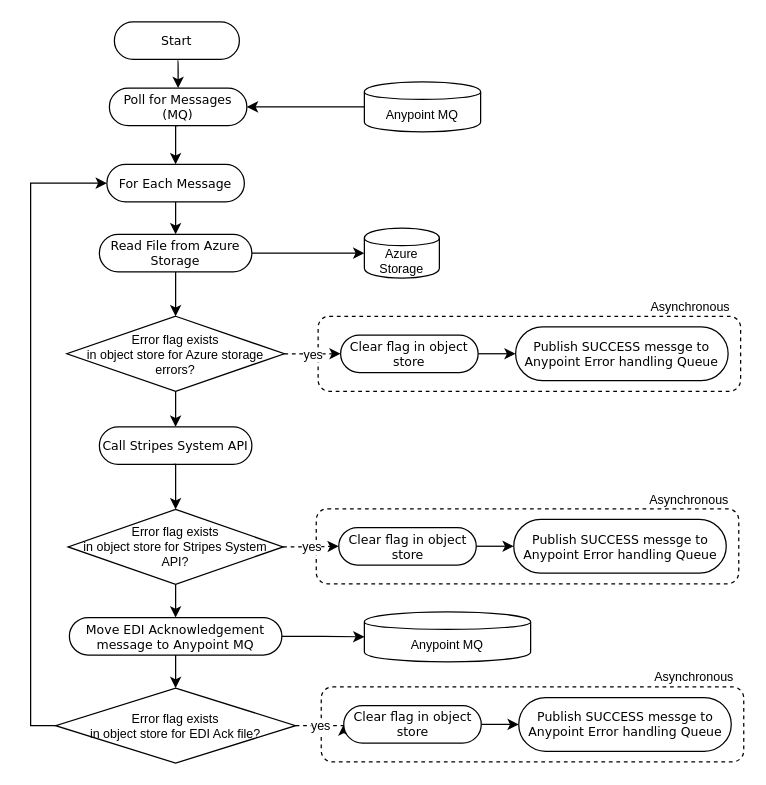
Before: page "EDI Ack Process Flow" (19 of 20) of Copy of eInvoicing API Led.drawio in ahernandez1129/anypoint, a draw.io diagram. Source tidied: cells renumbered, new cells numbered last; positions are measured from the earlier drawing's top-left corner, leaving out a move shared by most shapes. Both pictures are drawn from the tidied source at 125%, with x=0, y=0 at pixel (55, 21).
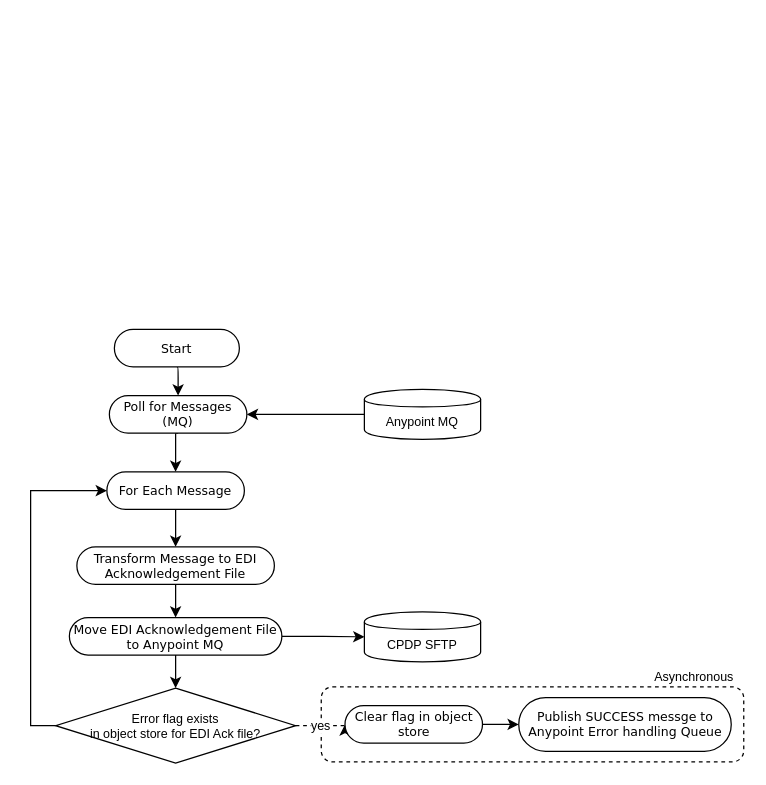
Above is the later version.

What changed in the source:
```diff
@@
-    <mxCell id="2" style="rounded=1;whiteSpace=wrap;html=1;fontSize=10;dashed=1;" parent="1" vertex="1">
-      <mxGeometry x="210" y="235.5" width="338" height="60" as="geometry" />
-    </mxCell>
@@
     <mxCell id="4" value="&lt;span style=&quot;font-size: 10px;&quot;&gt;Start&lt;/span&gt;" style="rounded=1;whiteSpace=wrap;html=1;shadow=0;comic=0;labelBackgroundColor=none;strokeColor=#000000;strokeWidth=1;fillColor=#ffffff;fontFamily=Verdana;fontSize=10;fontColor=#000000;align=center;arcSize=50;" parent="1" vertex="1">
-      <mxGeometry x="47" width="100" height="30" as="geometry" />
+      <mxGeometry x="47" y="246" width="100" height="30" as="geometry" />
     </mxCell>
@@
     <mxCell id="6" value="&lt;span style=&quot;font-size: 10px&quot;&gt;Poll for Messages&lt;br style=&quot;font-size: 10px&quot;&gt;(MQ)&lt;br style=&quot;font-size: 10px&quot;&gt;&lt;/span&gt;" style="rounded=1;whiteSpace=wrap;html=1;shadow=0;comic=0;labelBackgroundColor=none;strokeColor=#000000;strokeWidth=1;fillColor=#ffffff;fontFamily=Verdana;fontSize=10;fontColor=#000000;align=center;arcSize=50;" parent="1" vertex="1">
-      <mxGeometry x="43" y="53" width="110" height="30" as="geometry" />
+      <mxGeometry x="43" y="299" width="110" height="30" as="geometry" />
     </mxCell>
@@
     <mxCell id="8" value="Anypoint MQ" style="shape=cylinder;whiteSpace=wrap;html=1;boundedLbl=1;backgroundOutline=1;fontSize=10;" parent="1" vertex="1">
-      <mxGeometry x="247" y="48" width="93" height="40" as="geometry" />
+      <mxGeometry x="247" y="294" width="93" height="40" as="geometry" />
     </mxCell>
-    <mxCell id="9" style="edgeStyle=orthogonalEdgeStyle;rounded=0;jettySize=auto;html=1;exitX=0.5;exitY=1;exitDx=0;exitDy=0;entryX=0.5;entryY=0;entryDx=0;entryDy=0;fontSize=10;" parent="1" edge="1" source="10" target="13">
-      <mxGeometry relative="1" as="geometry" />
-    </mxCell>
+    <mxCell id="44" style="edgeStyle=orthogonalEdgeStyle;rounded=0;jettySize=auto;html=1;exitX=0.5;exitY=1;exitDx=0;exitDy=0;entryX=0.5;entryY=0;entryDx=0;entryDy=0;" parent="1" edge="1" source="10" target="46">
+      <mxGeometry relative="1" as="geometry" />
+    </mxCell>
     <mxCell id="10" value="&lt;span style=&quot;font-size: 10px&quot;&gt;For Each Message&lt;br style=&quot;font-size: 10px&quot;&gt;&lt;/span&gt;" style="rounded=1;whiteSpace=wrap;html=1;shadow=0;comic=0;labelBackgroundColor=none;strokeColor=#000000;strokeWidth=1;fillColor=#ffffff;fontFamily=Verdana;fontSize=10;fontColor=#000000;align=center;arcSize=50;" parent="1" vertex="1">
-      <mxGeometry x="41" y="114" width="110" height="30" as="geometry" />
+      <mxGeometry x="41" y="360" width="110" height="30" as="geometry" />
     </mxCell>
-    <mxCell id="11" style="edgeStyle=orthogonalEdgeStyle;rounded=0;jettySize=auto;html=1;exitX=1;exitY=0.5;exitDx=0;exitDy=0;entryX=0;entryY=0.5;entryDx=0;entryDy=0;fontSize=10;" parent="1" edge="1" source="13" target="14">
-      <mxGeometry relative="1" as="geometry" />
-    </mxCell>
-    <mxCell id="12" style="edgeStyle=orthogonalEdgeStyle;rounded=0;jettySize=auto;html=1;exitX=0.5;exitY=1;exitDx=0;exitDy=0;entryX=0.5;entryY=0;entryDx=0;entryDy=0;fontSize=10;" parent="1" edge="1" source="13" target="17">
-      <mxGeometry relative="1" as="geometry" />
-    </mxCell>
-    <mxCell id="13" value="&lt;span style=&quot;font-size: 10px&quot;&gt;Read File from Azure Storage&lt;br style=&quot;font-size: 10px&quot;&gt;&lt;/span&gt;" style="rounded=1;whiteSpace=wrap;html=1;shadow=0;comic=0;labelBackgroundColor=none;strokeColor=#000000;strokeWidth=1;fillColor=#ffffff;fontFamily=Verdana;fontSize=10;fontColor=#000000;align=center;arcSize=50;" parent="1" vertex="1">
-      <mxGeometry x="35" y="170" width="122" height="30" as="geometry" />
-    </mxCell>
-    <mxCell id="14" value="Azure Storage" style="shape=cylinder;whiteSpace=wrap;html=1;boundedLbl=1;backgroundOutline=1;fontSize=10;" parent="1" vertex="1">
-      <mxGeometry x="247" y="165" width="60" height="40" as="geometry" />
-    </mxCell>
-    <mxCell id="15" value="yes" style="edgeStyle=orthogonalEdgeStyle;rounded=0;jettySize=auto;html=1;exitX=1;exitY=0.5;exitDx=0;exitDy=0;entryX=0;entryY=0.5;entryDx=0;entryDy=0;fontSize=10;dashed=1;" parent="1" edge="1" source="17" target="19">
-      <mxGeometry relative="1" as="geometry" />
-    </mxCell>
-    <mxCell id="16" style="edgeStyle=orthogonalEdgeStyle;rounded=0;jettySize=auto;html=1;exitX=0.5;exitY=1;exitDx=0;exitDy=0;fontSize=10;" parent="1" edge="1" source="17" target="22">
-      <mxGeometry relative="1" as="geometry" />
-    </mxCell>
-    <mxCell id="17" value="&lt;font style=&quot;font-size: 10px&quot;&gt;Error flag exists&lt;br style=&quot;font-size: 10px&quot;&gt;in object store for Azure storage errors?&lt;/font&gt;" style="rhombus;whiteSpace=wrap;html=1;fontSize=10;" parent="1" vertex="1">
-      <mxGeometry x="9" y="235.5" width="174" height="60" as="geometry" />
-    </mxCell>
-    <mxCell id="18" style="edgeStyle=orthogonalEdgeStyle;rounded=0;jettySize=auto;html=1;exitX=1;exitY=0.5;exitDx=0;exitDy=0;entryX=0;entryY=0.5;entryDx=0;entryDy=0;fontSize=10;" parent="1" edge="1" source="19" target="20">
-      <mxGeometry relative="1" as="geometry" />
-    </mxCell>
-    <mxCell id="19" value="&lt;span style=&quot;font-size: 10px&quot;&gt;Clear flag in object store&lt;br style=&quot;font-size: 10px&quot;&gt;&lt;/span&gt;" style="rounded=1;whiteSpace=wrap;html=1;shadow=0;comic=0;labelBackgroundColor=none;strokeColor=#000000;strokeWidth=1;fillColor=#ffffff;fontFamily=Verdana;fontSize=10;fontColor=#000000;align=center;arcSize=50;" parent="1" vertex="1">
-      <mxGeometry x="228" y="250.5" width="110" height="30" as="geometry" />
-    </mxCell>
-    <mxCell id="20" value="&lt;span style=&quot;font-size: 10px&quot;&gt;Publish SUCCESS messge to Anypoint Error handling Queue&lt;br style=&quot;font-size: 10px&quot;&gt;&lt;/span&gt;" style="rounded=1;whiteSpace=wrap;html=1;shadow=0;comic=0;labelBackgroundColor=none;strokeColor=#000000;strokeWidth=1;fillColor=#ffffff;fontFamily=Verdana;fontSize=10;fontColor=#000000;align=center;arcSize=50;" parent="1" vertex="1">
-      <mxGeometry x="368" y="244" width="170" height="43" as="geometry" />
-    </mxCell>
-    <mxCell id="21" value="Asynchronous" style="text;html=1;strokeColor=none;fillColor=none;align=center;verticalAlign=middle;whiteSpace=wrap;rounded=0;dashed=1;fontSize=10;" parent="1" vertex="1">
-      <mxGeometry x="488" y="217.5" width="40" height="20" as="geometry" />
-    </mxCell>
-    <mxCell id="22" value="&lt;span style=&quot;font-size: 10px&quot;&gt;Call Stripes System API&lt;br style=&quot;font-size: 10px&quot;&gt;&lt;/span&gt;" style="rounded=1;whiteSpace=wrap;html=1;shadow=0;comic=0;labelBackgroundColor=none;strokeColor=#000000;strokeWidth=1;fillColor=#ffffff;fontFamily=Verdana;fontSize=10;fontColor=#000000;align=center;arcSize=50;" parent="1" vertex="1">
-      <mxGeometry x="35" y="324" width="122" height="30" as="geometry" />
-    </mxCell>
-    <mxCell id="23" style="rounded=1;whiteSpace=wrap;html=1;fontSize=10;dashed=1;" parent="1" vertex="1">
-      <mxGeometry x="208.5" y="389.5" width="338" height="60" as="geometry" />
-    </mxCell>
-    <mxCell id="24" style="edgeStyle=orthogonalEdgeStyle;rounded=0;jettySize=auto;html=1;exitX=0.5;exitY=1;exitDx=0;exitDy=0;entryX=0.5;entryY=0;entryDx=0;entryDy=0;fontSize=10;" parent="1" edge="1" target="27">
-      <mxGeometry relative="1" as="geometry">
-        <mxPoint x="94.5" y="354" as="sourcePoint" />
-      </mxGeometry>
-    </mxCell>
-    <mxCell id="25" value="yes" style="edgeStyle=orthogonalEdgeStyle;rounded=0;jettySize=auto;html=1;exitX=1;exitY=0.5;exitDx=0;exitDy=0;entryX=0;entryY=0.5;entryDx=0;entryDy=0;fontSize=10;dashed=1;" parent="1" edge="1" source="27" target="29">
-      <mxGeometry relative="1" as="geometry" />
-    </mxCell>
-    <mxCell id="26" style="edgeStyle=orthogonalEdgeStyle;rounded=0;jettySize=auto;html=1;exitX=0.5;exitY=1;exitDx=0;exitDy=0;fontSize=10;" parent="1" edge="1" source="27" target="34">
-      <mxGeometry relative="1" as="geometry" />
-    </mxCell>
-    <mxCell id="27" value="&lt;font style=&quot;font-size: 10px&quot;&gt;Error flag exists&lt;br style=&quot;font-size: 10px&quot;&gt;in object store for Stripes System API?&lt;/font&gt;" style="rhombus;whiteSpace=wrap;html=1;fontSize=10;" parent="1" vertex="1">
-      <mxGeometry x="10" y="390" width="172" height="60" as="geometry" />
-    </mxCell>
-    <mxCell id="28" style="edgeStyle=orthogonalEdgeStyle;rounded=0;jettySize=auto;html=1;exitX=1;exitY=0.5;exitDx=0;exitDy=0;entryX=0;entryY=0.5;entryDx=0;entryDy=0;fontSize=10;" parent="1" edge="1" source="29" target="30">
-      <mxGeometry relative="1" as="geometry" />
-    </mxCell>
-    <mxCell id="29" value="&lt;span style=&quot;font-size: 10px&quot;&gt;Clear flag in object store&lt;br style=&quot;font-size: 10px&quot;&gt;&lt;/span&gt;" style="rounded=1;whiteSpace=wrap;html=1;shadow=0;comic=0;labelBackgroundColor=none;strokeColor=#000000;strokeWidth=1;fillColor=#ffffff;fontFamily=Verdana;fontSize=10;fontColor=#000000;align=center;arcSize=50;" parent="1" vertex="1">
-      <mxGeometry x="226.5" y="404.5" width="110" height="30" as="geometry" />
-    </mxCell>
-    <mxCell id="30" value="&lt;span style=&quot;font-size: 10px&quot;&gt;Publish SUCCESS messge to Anypoint Error handling Queue&lt;br style=&quot;font-size: 10px&quot;&gt;&lt;/span&gt;" style="rounded=1;whiteSpace=wrap;html=1;shadow=0;comic=0;labelBackgroundColor=none;strokeColor=#000000;strokeWidth=1;fillColor=#ffffff;fontFamily=Verdana;fontSize=10;fontColor=#000000;align=center;arcSize=50;" parent="1" vertex="1">
-      <mxGeometry x="366.5" y="398" width="170" height="43" as="geometry" />
-    </mxCell>
-    <mxCell id="31" value="Asynchronous" style="text;html=1;strokeColor=none;fillColor=none;align=center;verticalAlign=middle;whiteSpace=wrap;rounded=0;dashed=1;fontSize=10;" parent="1" vertex="1">
-      <mxGeometry x="486.5" y="371.5" width="40" height="20" as="geometry" />
-    </mxCell>
@@
-    <mxCell id="34" value="&lt;span style=&quot;font-size: 10px&quot;&gt;Move EDI Acknowledgement message to Anypoint MQ&lt;br style=&quot;font-size: 10px&quot;&gt;&lt;/span&gt;" style="rounded=1;whiteSpace=wrap;html=1;shadow=0;comic=0;labelBackgroundColor=none;strokeColor=#000000;strokeWidth=1;fillColor=#ffffff;fontFamily=Verdana;fontSize=10;fontColor=#000000;align=center;arcSize=50;" parent="1" vertex="1">
+    <mxCell id="34" value="&lt;span style=&quot;font-size: 10px&quot;&gt;Move EDI Acknowledgement File to Anypoint MQ&lt;br style=&quot;font-size: 10px&quot;&gt;&lt;/span&gt;" style="rounded=1;whiteSpace=wrap;html=1;shadow=0;comic=0;labelBackgroundColor=none;strokeColor=#000000;strokeWidth=1;fillColor=#ffffff;fontFamily=Verdana;fontSize=10;fontColor=#000000;align=center;arcSize=50;" parent="1" vertex="1">
       <mxGeometry x="11" y="476.5" width="170" height="30" as="geometry" />
     </mxCell>
@@
     <mxCell id="40" value="&lt;span style=&quot;font-size: 10px&quot;&gt;Clear flag in object store&lt;br style=&quot;font-size: 10px&quot;&gt;&lt;/span&gt;" style="rounded=1;whiteSpace=wrap;html=1;shadow=0;comic=0;labelBackgroundColor=none;strokeColor=#000000;strokeWidth=1;fillColor=#ffffff;fontFamily=Verdana;fontSize=10;fontColor=#000000;align=center;arcSize=50;" parent="1" vertex="1">
-      <mxGeometry x="230.5" y="547" width="110" height="30" as="geometry" />
+      <mxGeometry x="231.5" y="547" width="110" height="30" as="geometry" />
     </mxCell>
@@
-    <mxCell id="43" value="Anypoint MQ" style="shape=cylinder;whiteSpace=wrap;html=1;boundedLbl=1;backgroundOutline=1;fontSize=10;" parent="1" vertex="1">
-      <mxGeometry x="247" y="472" width="133" height="40" as="geometry" />
+    <mxCell id="43" value="CPDP SFTP" style="shape=cylinder;whiteSpace=wrap;html=1;boundedLbl=1;backgroundOutline=1;fontSize=10;" parent="1" vertex="1">
+      <mxGeometry x="247" y="472" width="93" height="40" as="geometry" />
     </mxCell>
+    <mxCell id="45" style="edgeStyle=orthogonalEdgeStyle;rounded=0;jettySize=auto;html=1;exitX=0.5;exitY=1;exitDx=0;exitDy=0;entryX=0.5;entryY=0;entryDx=0;entryDy=0;" parent="1" edge="1" source="46" target="34">
+      <mxGeometry relative="1" as="geometry" />
+    </mxCell>
+    <mxCell id="46" value="&lt;span style=&quot;font-size: 10px&quot;&gt;Transform Message to EDI Acknowledgement File&lt;br style=&quot;font-size: 10px&quot;&gt;&lt;/span&gt;" style="rounded=1;whiteSpace=wrap;html=1;shadow=0;comic=0;labelBackgroundColor=none;strokeColor=#000000;strokeWidth=1;fillColor=#ffffff;fontFamily=Verdana;fontSize=10;fontColor=#000000;align=center;arcSize=50;" parent="1" vertex="1">
+      <mxGeometry x="17" y="420" width="158" height="30" as="geometry" />
+    </mxCell>
```
